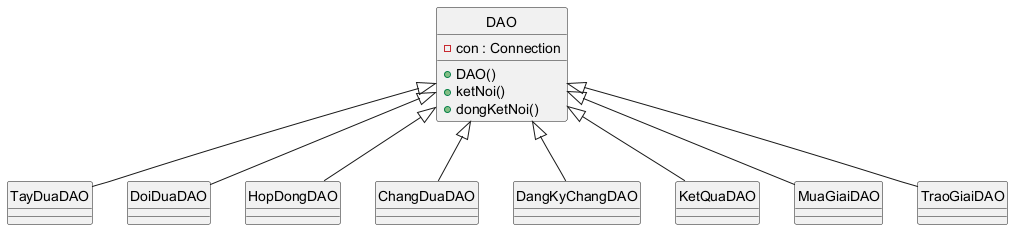
This is docs/hinh/ref/6-thiet-ke-trien-khai-bieu-do-package-2.png from 7gho/CNPM-He2026, a PlantUML export, as it was before one commit.
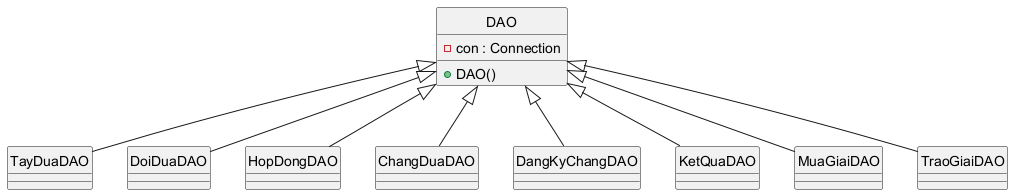
After the change.

Diff of the diagram source:
```diff
@@ -3,8 +3,6 @@
 class DAO {
   -con : Connection
   +DAO()
-  +ketNoi()
-  +dongKetNoi()
 }
 class TayDuaDAO {
 }
```
